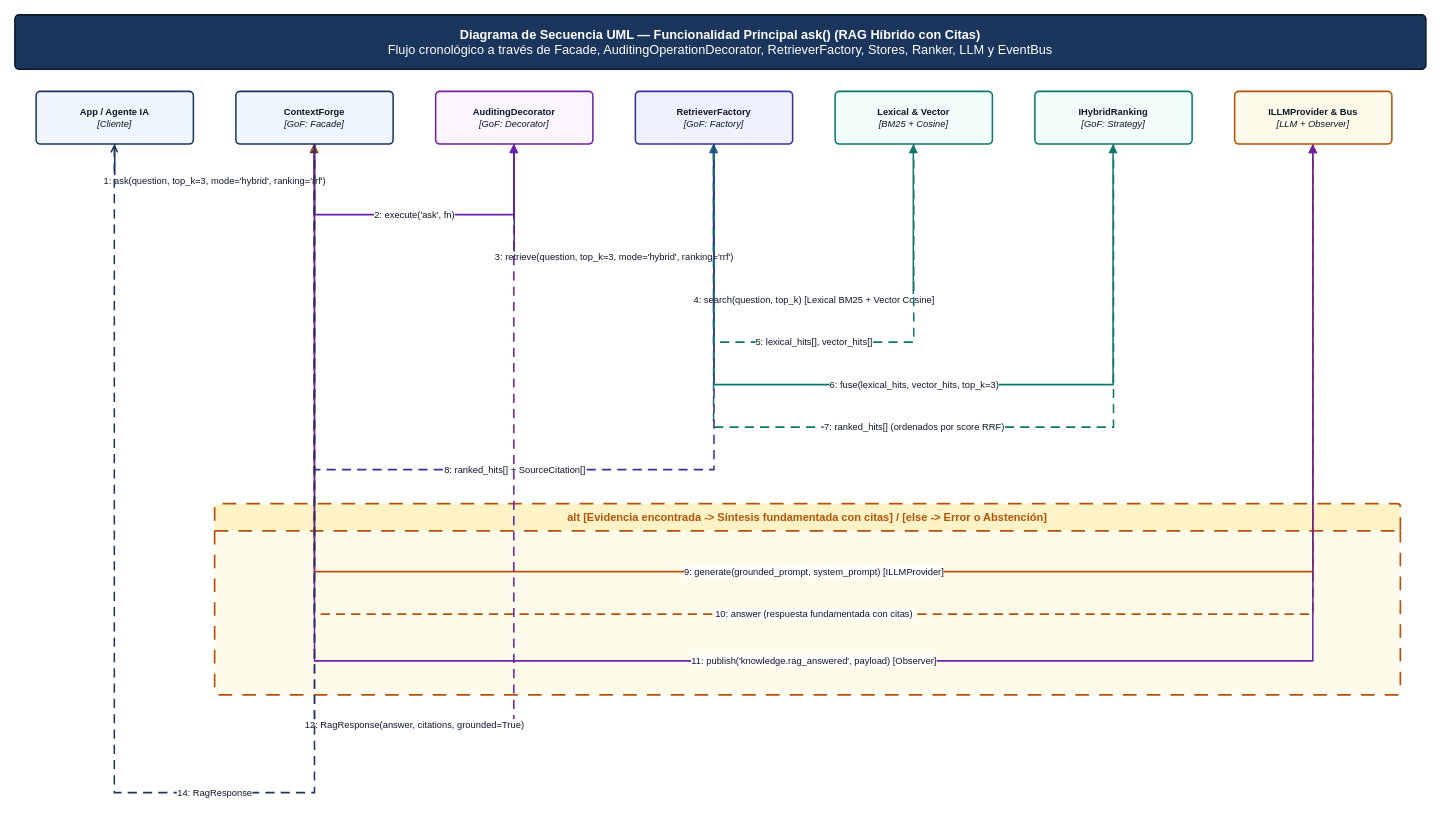
This is docs/diagramas/componente/06_uml_secuencia_ask.drawio from Nayid4/ContextForge, a draw.io file, before an edit. Source tidied: cells renumbered, new cells numbered last; positions are measured from the earlier drawing's top-left corner, leaving out a move shared by most shapes. Both pictures are drawn from the tidied source at 85%, with x=0, y=0 at pixel (14, 14).
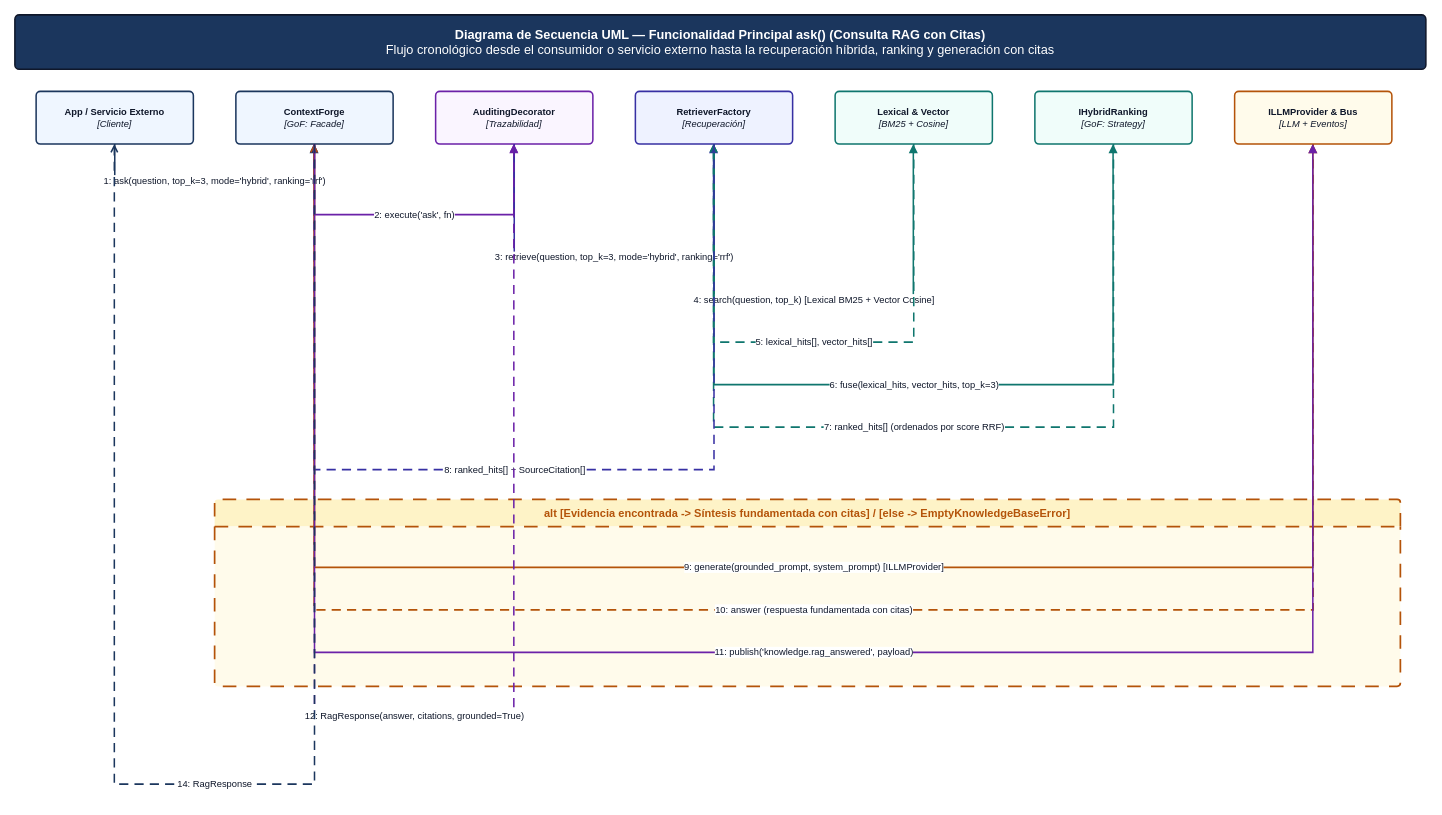
The same page after the edit.

The change refers to these unchanged cells:
```xml
<mxCell id="5" value="&lt;b&gt;ContextForge&lt;/b&gt;&lt;br&gt;&lt;i&gt;[GoF: Facade]&lt;/i&gt;" style="whiteSpace=wrap;html=1;fillColor=#EFF6FF;strokeColor=#1B365D;fontColor=#0F172A;fontSize=11;strokeWidth=1.8;align=center;spacing=8;rounded=1;arcSize=8;" parent="1" vertex="1">
  <mxGeometry x="260" y="90" width="185" height="62" as="geometry" />
</mxCell>
```

Change to the diagram source:
```diff
@@
-    <mxCell id="2" value="alt [Evidencia encontrada -&gt; Síntesis fundamentada con citas] / [else -&gt; Error o Abstención]" style="swimlane;whiteSpace=wrap;html=1;startSize=32;fillColor=#FEF3C7;swimlaneFillColor=#FFFBEB;strokeColor=#B45309;fontColor=#B45309;fontStyle=1;fontSize=13;rounded=1;arcSize=4;strokeWidth=2;dashed=1;dashPattern=8 6;" parent="1" vertex="1">
-      <mxGeometry x="235" y="575" width="1395" height="225" as="geometry" />
+    <mxCell id="2" value="alt [Evidencia encontrada -&gt; Síntesis fundamentada con citas] / [else -&gt; EmptyKnowledgeBaseError]" style="swimlane;whiteSpace=wrap;html=1;startSize=32;fillColor=#FEF3C7;swimlaneFillColor=#FFFBEB;strokeColor=#B45309;fontColor=#B45309;fontStyle=1;fontSize=13;rounded=1;arcSize=4;strokeWidth=2;dashed=1;dashPattern=8 6;" parent="1" vertex="1">
+      <mxGeometry x="235" y="570" width="1395" height="220" as="geometry" />
     </mxCell>
-    <mxCell id="3" value="&lt;b&gt;Diagrama de Secuencia UML — Funcionalidad Principal ask() (RAG Híbrido con Citas)&lt;/b&gt;&lt;br&gt;Flujo cronológico a través de Facade, AuditingOperationDecorator, RetrieverFactory, Stores, Ranker, LLM y EventBus" style="whiteSpace=wrap;html=1;fillColor=#1B365D;strokeColor=#0F172A;fontColor=#FFFFFF;fontSize=15;strokeWidth=1.8;align=center;spacing=8;rounded=1;arcSize=8;" parent="1" vertex="1">
+    <mxCell id="3" value="&lt;b&gt;Diagrama de Secuencia UML — Funcionalidad Principal ask() (Consulta RAG con Citas)&lt;/b&gt;&lt;br&gt;Flujo cronológico desde el consumidor o servicio externo hasta la recuperación híbrida, ranking y generación con citas" style="whiteSpace=wrap;html=1;fillColor=#1B365D;strokeColor=#0F172A;fontColor=#FFFFFF;fontSize=15;strokeWidth=1.8;align=center;spacing=8;rounded=1;arcSize=8;" parent="1" vertex="1">
       <mxGeometry width="1660" height="64" as="geometry" />
     </mxCell>
-    <mxCell id="4" value="&lt;b&gt;App / Agente IA&lt;/b&gt;&lt;br&gt;&lt;i&gt;[Cliente]&lt;/i&gt;" style="whiteSpace=wrap;html=1;fillColor=#EFF6FF;strokeColor=#1B365D;fontColor=#0F172A;fontSize=11;strokeWidth=1.8;align=center;spacing=8;rounded=1;arcSize=8;" parent="1" vertex="1">
+    <mxCell id="4" value="&lt;b&gt;App / Servicio Externo&lt;/b&gt;&lt;br&gt;&lt;i&gt;[Cliente]&lt;/i&gt;" style="whiteSpace=wrap;html=1;fillColor=#EFF6FF;strokeColor=#1B365D;fontColor=#0F172A;fontSize=11;strokeWidth=1.8;align=center;spacing=8;rounded=1;arcSize=8;" parent="1" vertex="1">
       <mxGeometry x="25" y="90" width="185" height="62" as="geometry" />
     </mxCell>
@@
-    <mxCell id="6" value="&lt;b&gt;AuditingDecorator&lt;/b&gt;&lt;br&gt;&lt;i&gt;[GoF: Decorator]&lt;/i&gt;" style="whiteSpace=wrap;html=1;fillColor=#FAF5FF;strokeColor=#6B21A8;fontColor=#0F172A;fontSize=11;strokeWidth=1.8;align=center;spacing=8;rounded=1;arcSize=8;" parent="1" vertex="1">
+    <mxCell id="6" value="&lt;b&gt;AuditingDecorator&lt;/b&gt;&lt;br&gt;&lt;i&gt;[Trazabilidad]&lt;/i&gt;" style="whiteSpace=wrap;html=1;fillColor=#FAF5FF;strokeColor=#6B21A8;fontColor=#0F172A;fontSize=11;strokeWidth=1.8;align=center;spacing=8;rounded=1;arcSize=8;" parent="1" vertex="1">
       <mxGeometry x="495" y="90" width="185" height="62" as="geometry" />
     </mxCell>
-    <mxCell id="7" value="&lt;b&gt;RetrieverFactory&lt;/b&gt;&lt;br&gt;&lt;i&gt;[GoF: Factory]&lt;/i&gt;" style="whiteSpace=wrap;html=1;fillColor=#EEF2FF;strokeColor=#3730A3;fontColor=#0F172A;fontSize=11;strokeWidth=1.8;align=center;spacing=8;rounded=1;arcSize=8;" parent="1" vertex="1">
+    <mxCell id="7" value="&lt;b&gt;RetrieverFactory&lt;/b&gt;&lt;br&gt;&lt;i&gt;[Recuperación]&lt;/i&gt;" style="whiteSpace=wrap;html=1;fillColor=#EEF2FF;strokeColor=#3730A3;fontColor=#0F172A;fontSize=11;strokeWidth=1.8;align=center;spacing=8;rounded=1;arcSize=8;" parent="1" vertex="1">
       <mxGeometry x="730" y="90" width="185" height="62" as="geometry" />
     </mxCell>
@@
-    <mxCell id="10" value="&lt;b&gt;ILLMProvider &amp; Bus&lt;/b&gt;&lt;br&gt;&lt;i&gt;[LLM + Observer]&lt;/i&gt;" style="whiteSpace=wrap;html=1;fillColor=#FFFBEB;strokeColor=#B45309;fontColor=#0F172A;fontSize=11;strokeWidth=1.8;align=center;spacing=8;rounded=1;arcSize=8;" parent="1" vertex="1">
+    <mxCell id="10" value="&lt;b&gt;ILLMProvider &amp; Bus&lt;/b&gt;&lt;br&gt;&lt;i&gt;[LLM + Eventos]&lt;/i&gt;" style="whiteSpace=wrap;html=1;fillColor=#FFFBEB;strokeColor=#B45309;fontColor=#0F172A;fontSize=11;strokeWidth=1.8;align=center;spacing=8;rounded=1;arcSize=8;" parent="1" vertex="1">
       <mxGeometry x="1435" y="90" width="185" height="62" as="geometry" />
     </mxCell>
@@
     <mxCell id="19" value="9: generate(grounded_prompt, system_prompt) [ILLMProvider]" style="edgeStyle=orthogonalEdgeStyle;rounded=0;jettySize=auto;html=1;strokeColor=#B45309;strokeWidth=1.8;fontColor=#0F172A;fontSize=11;endArrow=block;endFill=1;" parent="1" edge="1" source="5" target="10">
       <mxGeometry relative="1" as="geometry">
         <Array as="points">
-          <mxPoint x="352" y="655" />
-          <mxPoint x="1527" y="655" />
+          <mxPoint x="352" y="650" />
+          <mxPoint x="1527" y="650" />
         </Array>
       </mxGeometry>
     </mxCell>
     <mxCell id="20" value="10: answer (respuesta fundamentada con citas)" style="edgeStyle=orthogonalEdgeStyle;rounded=0;jettySize=auto;html=1;strokeColor=#B45309;strokeWidth=1.8;fontColor=#0F172A;fontSize=11;endArrow=open;endFill=1;dashed=1;dashPattern=6 4;" parent="1" edge="1" source="10" target="5">
       <mxGeometry relative="1" as="geometry">
         <Array as="points">
-          <mxPoint x="1527" y="705" />
-          <mxPoint x="352" y="705" />
+          <mxPoint x="1527" y="700" />
+          <mxPoint x="352" y="700" />
         </Array>
       </mxGeometry>
     </mxCell>
-    <mxCell id="21" value="11: publish('knowledge.rag_answered', payload) [Observer]" style="edgeStyle=orthogonalEdgeStyle;rounded=0;jettySize=auto;html=1;strokeColor=#6B21A8;strokeWidth=1.8;fontColor=#0F172A;fontSize=11;endArrow=block;endFill=1;" parent="1" edge="1" source="5" target="10">
+    <mxCell id="21" value="11: publish('knowledge.rag_answered', payload)" style="edgeStyle=orthogonalEdgeStyle;rounded=0;jettySize=auto;html=1;strokeColor=#6B21A8;strokeWidth=1.8;fontColor=#0F172A;fontSize=11;endArrow=block;endFill=1;" parent="1" edge="1" source="5" target="10">
       <mxGeometry relative="1" as="geometry">
         <Array as="points">
-          <mxPoint x="352" y="760" />
-          <mxPoint x="1527" y="760" />
+          <mxPoint x="352" y="750" />
+          <mxPoint x="1527" y="750" />
         </Array>
       </mxGeometry>
     </mxCell>
     <mxCell id="22" value="12: RagResponse(answer, citations, grounded=True)" style="edgeStyle=orthogonalEdgeStyle;rounded=0;jettySize=auto;html=1;strokeColor=#6B21A8;strokeWidth=1.8;fontColor=#0F172A;fontSize=11;endArrow=open;endFill=1;dashed=1;dashPattern=6 4;" parent="1" edge="1" source="5" target="6">
       <mxGeometry relative="1" as="geometry">
         <Array as="points">
-          <mxPoint x="352" y="835" />
-          <mxPoint x="587" y="835" />
+          <mxPoint x="352" y="825" />
+          <mxPoint x="587" y="825" />
         </Array>
       </mxGeometry>
     </mxCell>
     <mxCell id="23" value="14: RagResponse" style="edgeStyle=orthogonalEdgeStyle;rounded=0;jettySize=auto;html=1;strokeColor=#1B365D;strokeWidth=1.8;fontColor=#0F172A;fontSize=11;endArrow=open;endFill=1;dashed=1;dashPattern=6 4;" parent="1" edge="1" source="5" target="4">
       <mxGeometry relative="1" as="geometry">
         <Array as="points">
-          <mxPoint x="352" y="915" />
-          <mxPoint x="117" y="915" />
+          <mxPoint x="352" y="905" />
+          <mxPoint x="117" y="905" />
         </Array>
       </mxGeometry>
     </mxCell>
```
